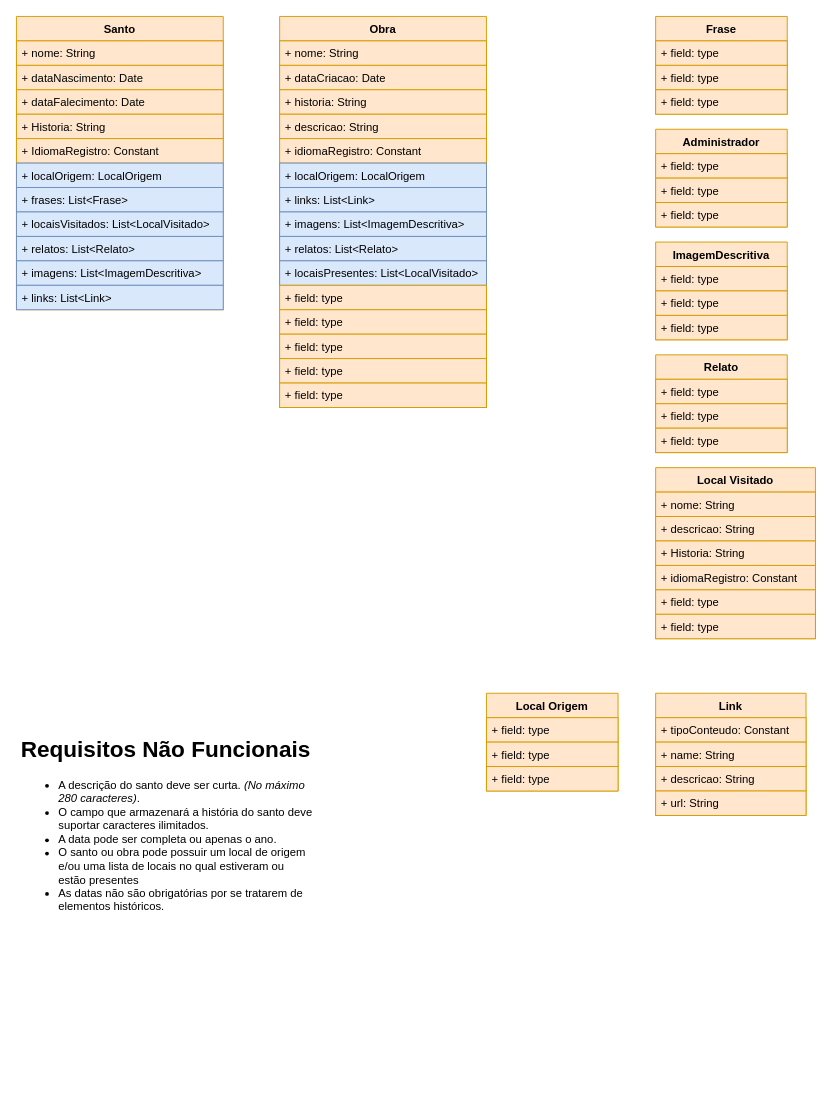
Before: page "ClassDiagram" (2 of 2) of Documentation/Untitled Diagram.drawio in the-catholics/Saints-API, a draw.io diagram. Source tidied: cells renumbered, new cells numbered last; positions are measured from the earlier drawing's top-left corner, leaving out a move shared by most shapes. Both pictures are drawn from the tidied source at 94%, with x=0, y=0 at pixel (16, 16).
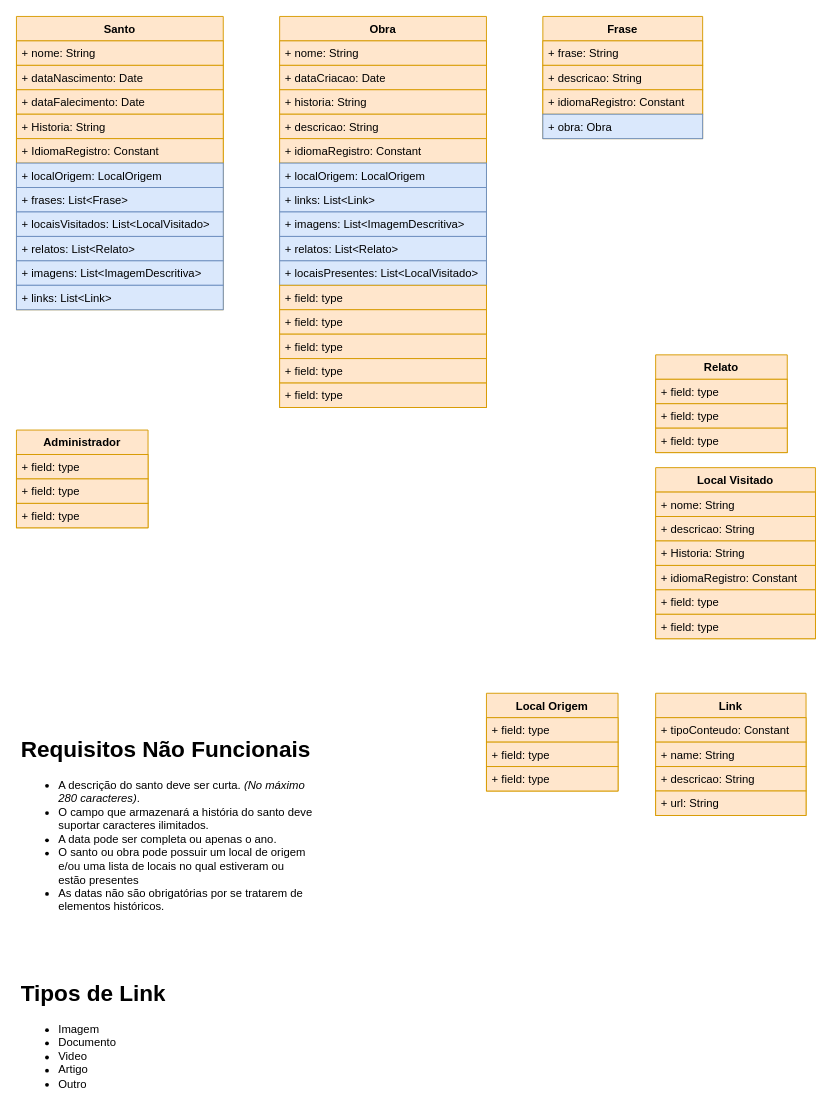
Above is the later version.

The edit, as a diff of the source:
```diff
@@
-    <mxCell id="2" value="ImagemDescritiva" style="swimlane;fontStyle=1;horizontal=1;startSize=26;fillColor=#ffe6cc;strokeColor=#d79b00;" parent="1" vertex="1">
-      <mxGeometry x="680" y="240" width="140" height="104" as="geometry" />
-    </mxCell>
-    <mxCell id="3" value="+ field: type" style="text;strokeColor=#d79b00;fillColor=#ffe6cc;align=left;verticalAlign=top;spacingLeft=4;spacingRight=4;overflow=hidden;" parent="2" vertex="1">
-      <mxGeometry y="26" width="140" height="26" as="geometry" />
-    </mxCell>
-    <mxCell id="4" value="+ field: type" style="text;strokeColor=#d79b00;fillColor=#ffe6cc;align=left;verticalAlign=top;spacingLeft=4;spacingRight=4;overflow=hidden;" parent="2" vertex="1">
-      <mxGeometry y="52" width="140" height="26" as="geometry" />
-    </mxCell>
-    <mxCell id="5" value="+ field: type" style="text;strokeColor=#d79b00;fillColor=#ffe6cc;align=left;verticalAlign=top;spacingLeft=4;spacingRight=4;overflow=hidden;" parent="2" vertex="1">
-      <mxGeometry y="78" width="140" height="26" as="geometry" />
-    </mxCell>
@@
     <mxCell id="34" value="Frase" style="swimlane;fontStyle=1;horizontal=1;startSize=26;fillColor=#ffe6cc;strokeColor=#d79b00;" parent="1" vertex="1">
-      <mxGeometry x="680" width="140" height="104" as="geometry" />
+      <mxGeometry x="560" width="170" height="130" as="geometry" />
     </mxCell>
-    <mxCell id="35" value="+ field: type" style="text;strokeColor=#d79b00;fillColor=#ffe6cc;align=left;verticalAlign=top;spacingLeft=4;spacingRight=4;overflow=hidden;" parent="34" vertex="1">
-      <mxGeometry y="26" width="140" height="26" as="geometry" />
+    <mxCell id="35" value="+ frase: String" style="text;strokeColor=#d79b00;fillColor=#ffe6cc;align=left;verticalAlign=top;spacingLeft=4;spacingRight=4;overflow=hidden;" parent="34" vertex="1">
+      <mxGeometry y="26" width="170" height="26" as="geometry" />
     </mxCell>
-    <mxCell id="36" value="+ field: type" style="text;strokeColor=#d79b00;fillColor=#ffe6cc;align=left;verticalAlign=top;spacingLeft=4;spacingRight=4;overflow=hidden;" parent="34" vertex="1">
-      <mxGeometry y="52" width="140" height="26" as="geometry" />
+    <mxCell id="36" value="+ descricao: String" style="text;strokeColor=#d79b00;fillColor=#ffe6cc;align=left;verticalAlign=top;spacingLeft=4;spacingRight=4;overflow=hidden;" parent="34" vertex="1">
+      <mxGeometry y="52" width="170" height="26" as="geometry" />
     </mxCell>
-    <mxCell id="37" value="+ field: type" style="text;strokeColor=#d79b00;fillColor=#ffe6cc;align=left;verticalAlign=top;spacingLeft=4;spacingRight=4;overflow=hidden;" parent="34" vertex="1">
-      <mxGeometry y="78" width="140" height="26" as="geometry" />
+    <mxCell id="37" value="+ idiomaRegistro: Constant" style="text;strokeColor=#d79b00;fillColor=#ffe6cc;align=left;verticalAlign=top;spacingLeft=4;spacingRight=4;overflow=hidden;" parent="34" vertex="1">
+      <mxGeometry y="78" width="170" height="26" as="geometry" />
     </mxCell>
+    <mxCell id="63" value="+ obra: Obra" style="text;strokeColor=#6c8ebf;fillColor=#dae8fc;align=left;verticalAlign=top;spacingLeft=4;spacingRight=4;overflow=hidden;" parent="34" vertex="1">
+      <mxGeometry y="104" width="170" height="26" as="geometry" />
+    </mxCell>
@@
     <mxCell id="39" value="Administrador" style="swimlane;fontStyle=1;horizontal=1;startSize=26;fillColor=#ffe6cc;strokeColor=#d79b00;" parent="1" vertex="1">
-      <mxGeometry x="680" y="120" width="140" height="104" as="geometry" />
+      <mxGeometry y="440" width="140" height="104" as="geometry" />
     </mxCell>
@@
+    <mxCell id="64" value="&lt;h1&gt;Tipos de Link&lt;/h1&gt;&lt;p&gt;&lt;ul&gt;&lt;li&gt;Imagem&lt;/li&gt;&lt;li&gt;Documento&lt;/li&gt;&lt;li&gt;Video&lt;/li&gt;&lt;li&gt;Artigo&lt;/li&gt;&lt;li&gt;Outro&lt;/li&gt;&lt;/ul&gt;&lt;/p&gt;" style="text;html=1;strokeColor=none;fillColor=none;spacing=5;spacingTop=-20;whiteSpace=wrap;overflow=hidden;rounded=0;" parent="1" vertex="1">
+      <mxGeometry y="1020" width="190" height="130" as="geometry" />
+    </mxCell>
```
